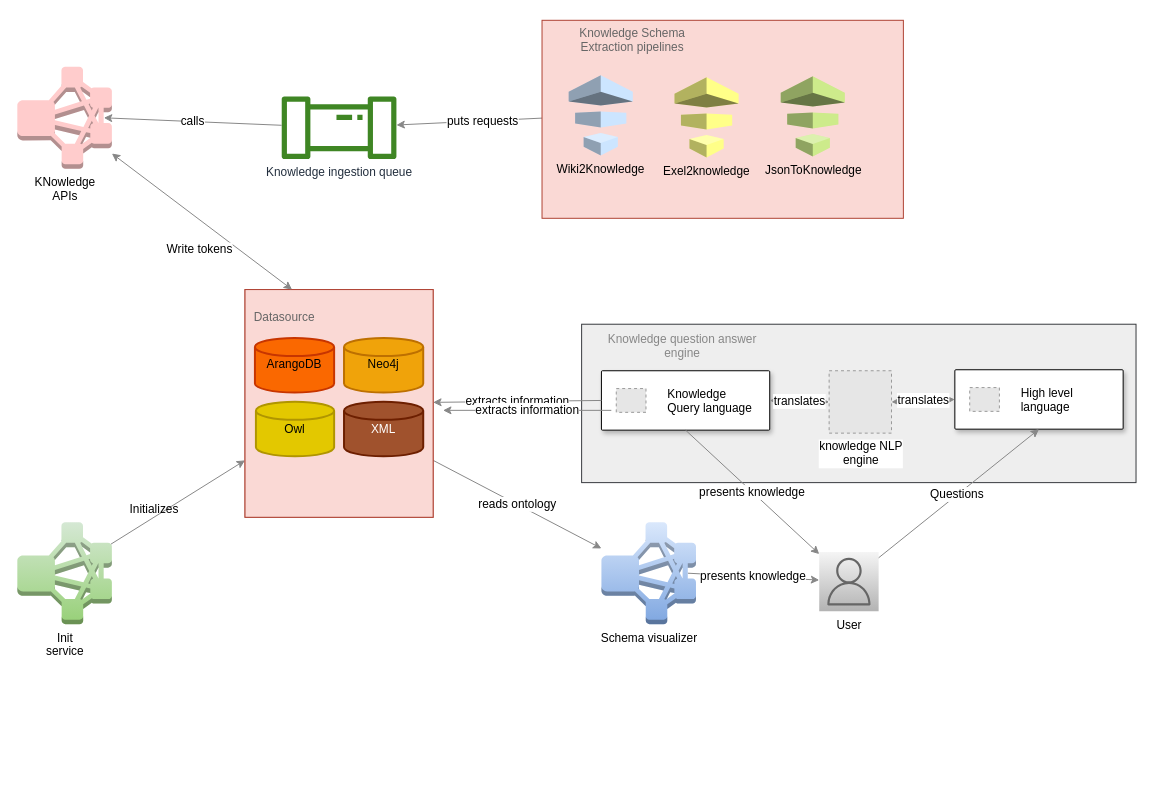
Before: page "Page-3" (3 of 4) of KnowledgeSchemaService.drawio in supriyopaul/scripts, a draw.io diagram. Source tidied: cells renumbered, new cells numbered last; positions are measured from the earlier drawing's top-left corner, leaving out a move shared by most shapes. Both pictures are drawn from the tidied source at 99%, with x=0, y=0 at pixel (17, 17). Pictures stored in the file or linked from it are replaced by grey dashed boxes.
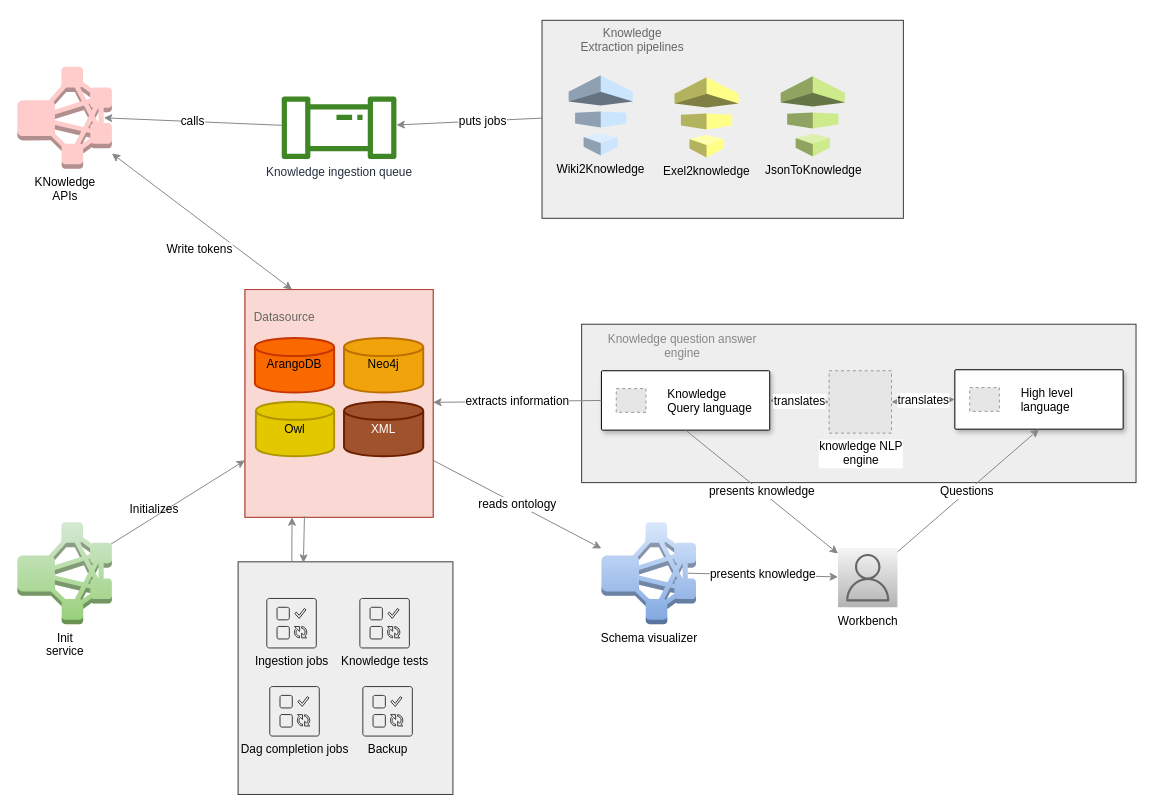
The same diagram, later.

Unchanged cells that the change refers to:
```xml
<mxCell id="12" style="rounded=0;whiteSpace=wrap;html=1;fontSize=12;fillColor=#fad9d5;strokeColor=#ae4132;" parent="10" vertex="1">
  <mxGeometry width="190" height="230" as="geometry" />
</mxCell>
<mxCell id="32" value="Knowledge ingestion queue" style="sketch=0;outlineConnect=0;fontColor=#232F3E;gradientColor=none;fillColor=#3F8624;strokeColor=none;dashed=0;verticalLabelPosition=bottom;verticalAlign=top;align=center;html=1;fontSize=12;fontStyle=0;shape=mxgraph.aws4.iot_analytics_pipeline;labelBackgroundColor=none;" parent="1" vertex="1">
  <mxGeometry x="266.3" y="79.9" width="117.4" height="63.2" as="geometry" />
</mxCell>
```

Change to the diagram source:
```diff
@@
-    <mxCell id="8" value="User" style="sketch=0;outlineConnect=0;gradientColor=#b3b3b3;strokeColor=#666666;fillColor=#f5f5f5;dashed=0;verticalLabelPosition=bottom;verticalAlign=top;align=center;html=1;fontSize=12;fontStyle=0;shape=mxgraph.aws4.resourceIcon;resIcon=mxgraph.aws4.user;" parent="1" vertex="1">
-      <mxGeometry x="810" y="540" width="60" height="60" as="geometry" />
+    <mxCell id="8" value="Workbench" style="sketch=0;outlineConnect=0;gradientColor=#b3b3b3;strokeColor=#666666;fillColor=#f5f5f5;dashed=0;verticalLabelPosition=bottom;verticalAlign=top;align=center;html=1;fontSize=12;fontStyle=0;shape=mxgraph.aws4.resourceIcon;resIcon=mxgraph.aws4.user;" parent="1" vertex="1">
+      <mxGeometry x="829" y="536" width="60" height="60" as="geometry" />
     </mxCell>
@@
-    <mxCell id="33" value="extracts information" style="endArrow=classic;html=1;rounded=0;fontSize=12;fontColor=#000000;exitX=0;exitY=0.5;exitDx=0;exitDy=0;strokeColor=#878787;" parent="1" edge="1">
-      <mxGeometry relative="1" as="geometry">
-        <mxPoint x="600" y="397" as="sourcePoint" />
-        <mxPoint x="430" y="397" as="targetPoint" />
-      </mxGeometry>
-    </mxCell>
-    <mxCell id="34" value="puts requests" style="endArrow=classic;html=1;rounded=0;fontSize=12;fontColor=#000000;strokeColor=#878787;" parent="1" edge="1" source="38" target="32">
+    <mxCell id="34" value="puts jobs" style="endArrow=classic;html=1;rounded=0;fontSize=12;fontColor=#000000;strokeColor=#878787;" parent="1" edge="1" source="38" target="32">
       <mxGeometry relative="1" as="geometry" />
     </mxCell>
-    <mxCell id="35" style="group;" parent="1" vertex="1">
-      <mxGeometry x="530" width="365" height="200" as="geometry" />
-    </mxCell>
+    <mxCell id="41" value="KNowledge&lt;br&gt;APIs" style="outlineConnect=0;dashed=0;verticalLabelPosition=bottom;verticalAlign=top;align=center;html=1;shape=mxgraph.aws3.emr_cluster;fontSize=12;fillColor=#ffcccc;strokeColor=#36393d;" parent="1" vertex="1">
+      <mxGeometry y="50" width="95.5" height="103" as="geometry" />
+    </mxCell>
+    <mxCell id="42" value="calls" style="endArrow=classic;html=1;rounded=0;fontSize=12;fontColor=#000000;strokeColor=#878787;entryX=0.915;entryY=0.5;entryDx=0;entryDy=0;entryPerimeter=0;" parent="1" edge="1" source="32" target="41">
+      <mxGeometry relative="1" as="geometry" />
+    </mxCell>
+    <mxCell id="43" style="group;" parent="1" vertex="1">
+      <mxGeometry x="223" y="550" width="217" height="235" as="geometry" />
+    </mxCell>
+    <mxCell id="44" style="rounded=0;whiteSpace=wrap;html=1;labelBackgroundColor=none;strokeColor=#36393d;fontSize=12;fillColor=#eeeeee;" parent="43" vertex="1">
+      <mxGeometry width="217" height="235" as="geometry" />
+    </mxCell>
+    <mxCell id="45" value="Ingestion jobs" style="sketch=0;shadow=0;dashed=0;html=1;strokeColor=#36393d;labelPosition=center;verticalLabelPosition=bottom;verticalAlign=top;align=center;fillColor=#eeeeee;shape=mxgraph.mscae.oms.jobs;labelBackgroundColor=none;fontSize=12;" parent="43" vertex="1">
+      <mxGeometry x="29" y="37" width="50" height="50" as="geometry" />
+    </mxCell>
+    <mxCell id="46" value="Knowledge tests" style="sketch=0;shadow=0;dashed=0;html=1;strokeColor=#36393d;labelPosition=center;verticalLabelPosition=bottom;verticalAlign=top;align=center;fillColor=#eeeeee;shape=mxgraph.mscae.oms.jobs;labelBackgroundColor=none;fontSize=12;" parent="43" vertex="1">
+      <mxGeometry x="123" y="37" width="50" height="50" as="geometry" />
+    </mxCell>
+    <mxCell id="47" value="Dag completion jobs" style="sketch=0;shadow=0;dashed=0;html=1;strokeColor=#36393d;labelPosition=center;verticalLabelPosition=bottom;verticalAlign=top;align=center;fillColor=#eeeeee;shape=mxgraph.mscae.oms.jobs;labelBackgroundColor=none;fontSize=12;" parent="43" vertex="1">
+      <mxGeometry x="32" y="126" width="50" height="50" as="geometry" />
+    </mxCell>
+    <mxCell id="48" value="Backup" style="sketch=0;shadow=0;dashed=0;html=1;strokeColor=#36393d;labelPosition=center;verticalLabelPosition=bottom;verticalAlign=top;align=center;fillColor=#eeeeee;shape=mxgraph.mscae.oms.jobs;labelBackgroundColor=none;fontSize=12;" parent="43" vertex="1">
+      <mxGeometry x="126" y="126" width="50" height="50" as="geometry" />
+    </mxCell>
+    <mxCell id="49" style="endArrow=classic;html=1;rounded=0;fontSize=12;fontColor=#000000;entryX=0.304;entryY=0.004;entryDx=0;entryDy=0;strokeColor=#878787;entryPerimeter=0;exitX=0.316;exitY=0.996;exitDx=0;exitDy=0;exitPerimeter=0;" parent="1" edge="1" source="12" target="44">
+      <mxGeometry relative="1" as="geometry" />
+    </mxCell>
+    <mxCell id="50" style="endArrow=classic;html=1;rounded=0;fontSize=12;fontColor=#000000;exitX=0.25;exitY=0;exitDx=0;exitDy=0;entryX=0.25;entryY=1;entryDx=0;entryDy=0;strokeColor=#878787;" parent="1" edge="1" source="44" target="12">
+      <mxGeometry relative="1" as="geometry" />
+    </mxCell>
+    <mxCell id="51" style="group;" parent="1" vertex="1">
+      <mxGeometry x="530" y="3" width="365" height="200" as="geometry" />
+    </mxCell>
-    <mxCell id="36" style="group;fillColor=#fad9d5;strokeColor=#ae4132;fontStyle=4;" parent="35" vertex="1">
-      <mxGeometry y="3" width="365" height="200" as="geometry" />
+    <mxCell id="36" style="group;fontStyle=4;fillColor=#eeeeee;strokeColor=#36393d;" parent="51" vertex="1">
+      <mxGeometry width="365" height="200" as="geometry" />
     </mxCell>
-    <mxCell id="37" value="&lt;font color=&quot;#666666&quot;&gt;Knowledge Schema&lt;br&gt;Extraction pipelines&lt;br&gt;&lt;/font&gt;" style="text;html=1;strokeColor=none;fillColor=none;align=center;verticalAlign=middle;whiteSpace=wrap;rounded=0;fontSize=12;fontColor=#000000;" parent="35" vertex="1">
-      <mxGeometry y="6.3" width="182.5" height="33.6" as="geometry" />
+    <mxCell id="37" value="&lt;font color=&quot;#666666&quot;&gt;Knowledge&lt;br&gt;Extraction pipelines&lt;br&gt;&lt;/font&gt;" style="text;html=1;strokeColor=none;fillColor=none;align=center;verticalAlign=middle;whiteSpace=wrap;rounded=0;fontSize=12;fontColor=#000000;" parent="51" vertex="1">
+      <mxGeometry y="3.3" width="182.5" height="33.6" as="geometry" />
     </mxCell>
-    <mxCell id="38" value="Wiki2Knowledge" style="outlineConnect=0;dashed=0;verticalLabelPosition=bottom;verticalAlign=top;align=center;html=1;shape=mxgraph.aws3.data_pipeline;fillColor=#cce5ff;labelBackgroundColor=none;strokeColor=#36393d;fontSize=12;" parent="35" vertex="1">
-      <mxGeometry x="26.9" y="58.5" width="64.8" height="81" as="geometry" />
+    <mxCell id="38" value="Wiki2Knowledge" style="outlineConnect=0;dashed=0;verticalLabelPosition=bottom;verticalAlign=top;align=center;html=1;shape=mxgraph.aws3.data_pipeline;fillColor=#cce5ff;labelBackgroundColor=none;strokeColor=#36393d;fontSize=12;" parent="51" vertex="1">
+      <mxGeometry x="26.9" y="55.5" width="64.8" height="81" as="geometry" />
     </mxCell>
-    <mxCell id="39" value="JsonToKnowledge" style="dashed=0;verticalLabelPosition=bottom;verticalAlign=top;align=center;html=1;shape=mxgraph.aws3.data_pipeline;fillColor=#cdeb8b;labelBackgroundColor=none;strokeColor=#36393d;fontSize=12;" parent="35" vertex="1">
-      <mxGeometry x="241.1" y="59.5" width="64.8" height="81" as="geometry" />
+    <mxCell id="39" value="JsonToKnowledge" style="dashed=0;verticalLabelPosition=bottom;verticalAlign=top;align=center;html=1;shape=mxgraph.aws3.data_pipeline;fillColor=#cdeb8b;labelBackgroundColor=none;strokeColor=#36393d;fontSize=12;" parent="51" vertex="1">
+      <mxGeometry x="241.1" y="56.5" width="64.8" height="81" as="geometry" />
     </mxCell>
-    <mxCell id="40" value="Exel2knowledge" style="dashed=0;verticalLabelPosition=bottom;verticalAlign=top;align=center;html=1;shape=mxgraph.aws3.data_pipeline;fillColor=#ffff88;labelBackgroundColor=none;strokeColor=#36393d;fontSize=12;" parent="35" vertex="1">
-      <mxGeometry x="133.8" y="60.5" width="64.8" height="81" as="geometry" />
+    <mxCell id="40" value="Exel2knowledge" style="dashed=0;verticalLabelPosition=bottom;verticalAlign=top;align=center;html=1;shape=mxgraph.aws3.data_pipeline;fillColor=#ffff88;labelBackgroundColor=none;strokeColor=#36393d;fontSize=12;" parent="51" vertex="1">
+      <mxGeometry x="133.8" y="57.5" width="64.8" height="81" as="geometry" />
     </mxCell>
-    <mxCell id="41" value="KNowledge&lt;br&gt;APIs" style="outlineConnect=0;dashed=0;verticalLabelPosition=bottom;verticalAlign=top;align=center;html=1;shape=mxgraph.aws3.emr_cluster;fontSize=12;fillColor=#ffcccc;strokeColor=#36393d;" parent="1" vertex="1">
-      <mxGeometry y="50" width="95.5" height="103" as="geometry" />
-    </mxCell>
-    <mxCell id="42" value="calls" style="endArrow=classic;html=1;rounded=0;fontSize=12;fontColor=#000000;strokeColor=#878787;entryX=0.915;entryY=0.5;entryDx=0;entryDy=0;entryPerimeter=0;" parent="1" edge="1" source="32" target="41">
-      <mxGeometry relative="1" as="geometry" />
-    </mxCell>
```
